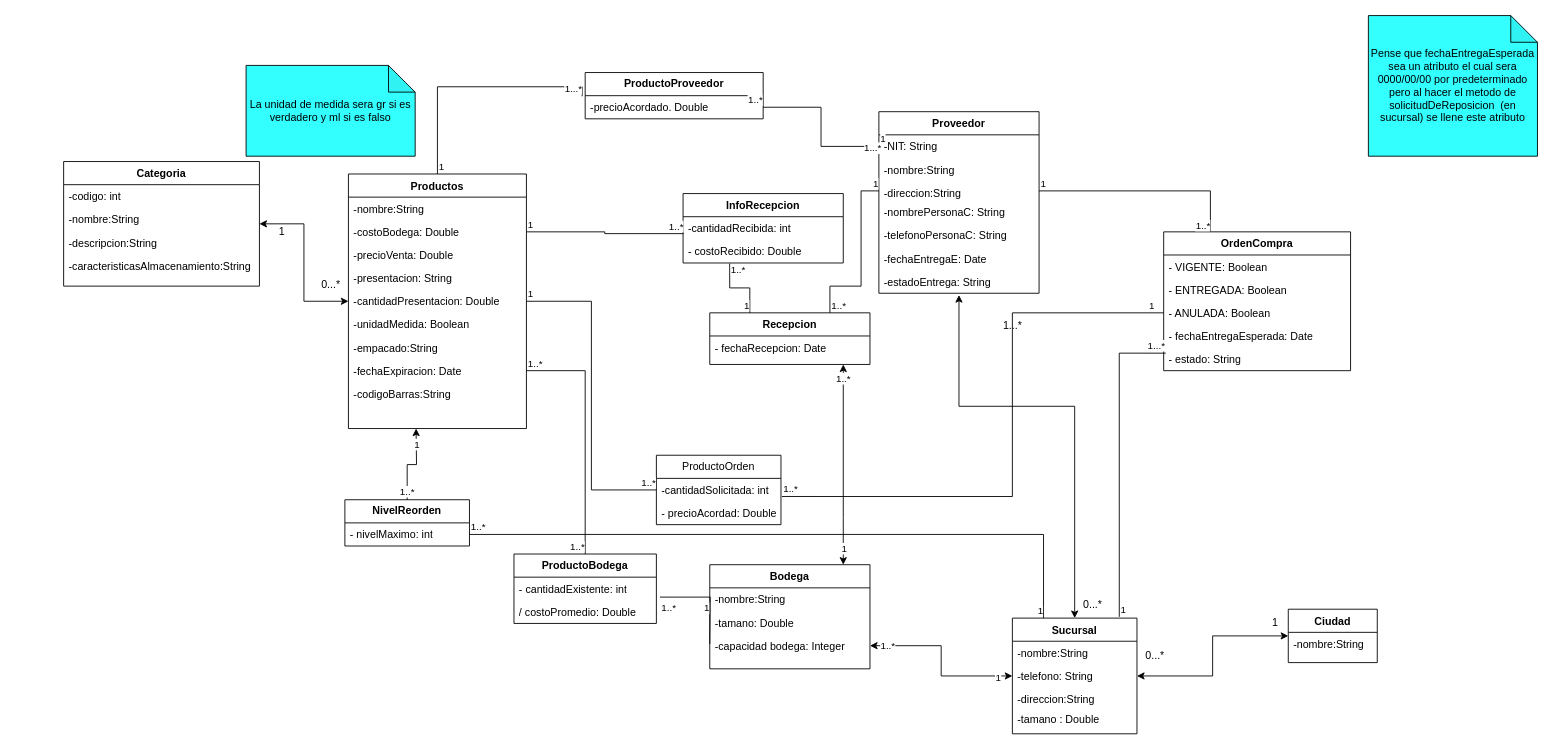
The draw.io diagram docs/Proyecto modelo UML.drawio in MxrixLu/G06_Proyecto_1_SISTRANS, before the edit. Source tidied: cells renumbered, new cells numbered last; positions are measured from the earlier drawing's top-left corner, leaving out a move shared by most shapes. Both pictures are drawn from the tidied source at 89%, with x=0, y=0 at pixel (63, 15).
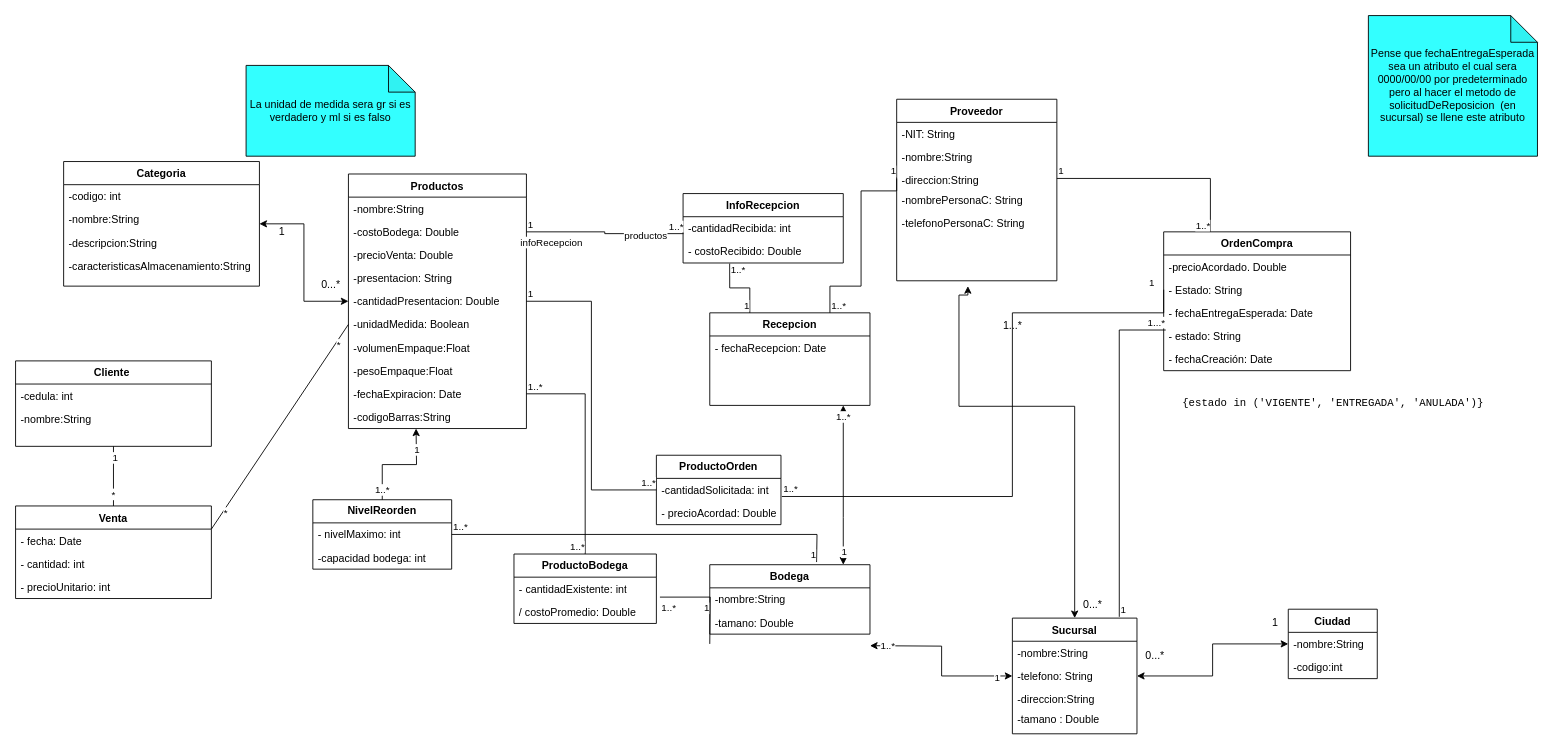
After the change.

Unchanged cells that the change refers to:
```xml
<mxCell id="2" value="Productos" style="swimlane;fontStyle=1;align=center;verticalAlign=top;horizontal=1;startSize=26;rounded=0;shadow=0;strokeWidth=1;fontColor=#000000;" parent="1" vertex="1">
  <mxGeometry x="320" y="178" width="200" height="286" as="geometry" />
</mxCell>
<mxCell id="8" value="-unidadMedida: Boolean" style="text;align=left;verticalAlign=top;spacingLeft=4;spacingRight=4;overflow=hidden;points=[[0,0.5],[1,0.5]];portConstraint=eastwest;rounded=0;shadow=0;html=0;fontColor=#000000;" parent="2" vertex="1">
  <mxGeometry y="156" width="200" height="26" as="geometry" />
</mxCell>
<mxCell id="20" value="Sucursal" style="swimlane;fontStyle=1;align=center;verticalAlign=top;horizontal=1;startSize=26;rounded=0;shadow=0;strokeWidth=1;fontColor=#000000;" parent="1" vertex="1">
  <mxGeometry x="1066" y="677" width="140" height="130" as="geometry" />
</mxCell>
<mxCell id="38" value="-NIT: String" style="text;align=left;verticalAlign=top;spacingLeft=4;spacingRight=4;overflow=hidden;points=[[0,0.5],[1,0.5]];portConstraint=eastwest;rounded=0;shadow=0;html=0;fontColor=#000000;" parent="37" vertex="1">
  <mxGeometry y="26" width="180" height="26" as="geometry" />
</mxCell>
<mxCell id="85" value="-cantidadSolicitada: int" style="text;strokeColor=none;fillColor=none;align=left;verticalAlign=top;spacingLeft=4;spacingRight=4;overflow=hidden;points=[[0,0.5],[1,0.5]];portConstraint=eastwest;whiteSpace=wrap;html=1;fontColor=#000000;" parent="84" vertex="1">
  <mxGeometry y="26" width="140" height="26" as="geometry" />
</mxCell>
<mxCell id="102" style="endArrow=none;html=1;edgeStyle=orthogonalEdgeStyle;rounded=0;exitX=1;exitY=0.5;exitDx=0;exitDy=0;entryX=0.003;entryY=0.731;entryDx=0;entryDy=0;entryPerimeter=0;fontColor=#000000;" parent="1" edge="1" source="4" target="94">
  <mxGeometry relative="1" as="geometry" />
</mxCell>
```

The edit, as a diff of the source:
```diff
@@
-    <mxCell id="9" value="-empacado:String" style="text;align=left;verticalAlign=top;spacingLeft=4;spacingRight=4;overflow=hidden;rounded=0;shadow=0;html=0;fontColor=#000000;" parent="2" vertex="1">
+    <mxCell id="9" value="-volumenEmpaque:Float&#10;" style="text;align=left;verticalAlign=top;spacingLeft=4;spacingRight=4;overflow=hidden;rounded=0;shadow=0;html=0;fontColor=#000000;" parent="2" vertex="1">
       <mxGeometry y="182" width="200" height="26" as="geometry" />
     </mxCell>
+    <mxCell id="114" value="-pesoEmpaque:Float&#10;" style="text;align=left;verticalAlign=top;spacingLeft=4;spacingRight=4;overflow=hidden;rounded=0;shadow=0;html=0;fontColor=#000000;" parent="2" vertex="1">
+      <mxGeometry y="208" width="200" height="26" as="geometry" />
+    </mxCell>
     <mxCell id="10" value="-fechaExpiracion: Date" style="text;align=left;verticalAlign=top;spacingLeft=4;spacingRight=4;overflow=hidden;points=[[0,0.5],[1,0.5]];portConstraint=eastwest;rounded=0;shadow=0;html=0;fontColor=#000000;" parent="2" vertex="1">
-      <mxGeometry y="208" width="200" height="26" as="geometry" />
+      <mxGeometry y="234" width="200" height="26" as="geometry" />
     </mxCell>
     <mxCell id="11" value="-codigoBarras:String" style="text;align=left;verticalAlign=top;spacingLeft=4;spacingRight=4;overflow=hidden;rounded=0;shadow=0;html=0;fontColor=#000000;" parent="2" vertex="1">
-      <mxGeometry y="234" width="200" height="26" as="geometry" />
+      <mxGeometry y="260" width="200" height="26" as="geometry" />
     </mxCell>
@@
     <mxCell id="25" value="Ciudad" style="swimlane;fontStyle=1;align=center;verticalAlign=top;horizontal=1;startSize=26;rounded=0;shadow=0;strokeWidth=1;fontColor=#000000;" parent="1" vertex="1">
-      <mxGeometry x="1376" y="667" width="100" height="60" as="geometry" />
+      <mxGeometry x="1376" y="667" width="100" height="78" as="geometry" />
     </mxCell>
@@
+    <mxCell id="115" value="-codigo:int&#10;&#10;" style="text;align=left;verticalAlign=top;spacingLeft=4;spacingRight=4;overflow=hidden;fontColor=#000000;" parent="25" vertex="1">
+      <mxGeometry y="52" width="100" height="26" as="geometry" />
+    </mxCell>
@@
     <mxCell id="30" value="Bodega" style="swimlane;fontStyle=1;align=center;verticalAlign=top;horizontal=1;startSize=26;rounded=0;shadow=0;strokeWidth=1;fontColor=#000000;" parent="1" vertex="1">
-      <mxGeometry x="726" y="617" width="180" height="117" as="geometry" />
+      <mxGeometry x="726" y="617" width="180" height="78" as="geometry" />
     </mxCell>
@@
-    <mxCell id="33" value="-capacidad bodega: Integer" style="text;align=left;verticalAlign=top;spacingLeft=4;spacingRight=4;overflow=hidden;points=[[0,0.5],[1,0.5]];portConstraint=eastwest;rounded=0;shadow=0;html=0;fontColor=#000000;" parent="30" vertex="1">
-      <mxGeometry y="78" width="180" height="26" as="geometry" />
-    </mxCell>
-    <mxCell id="34" style="endArrow=classic;startArrow=classic;html=1;rounded=0;edgeStyle=orthogonalEdgeStyle;exitX=1;exitY=0.5;exitDx=0;exitDy=0;fontColor=#000000;" parent="1" edge="1" source="33" target="20">
-      <mxGeometry relative="1" as="geometry" />
+    <mxCell id="34" style="endArrow=classic;startArrow=classic;html=1;rounded=0;edgeStyle=orthogonalEdgeStyle;exitX=1;exitY=0.5;exitDx=0;exitDy=0;fontColor=#000000;" parent="1" edge="1" target="20">
+      <mxGeometry relative="1" as="geometry">
+        <mxPoint x="906" y="708" as="sourcePoint" />
+      </mxGeometry>
     </mxCell>
@@
     <mxCell id="37" value="Proveedor" style="swimlane;fontStyle=1;align=center;verticalAlign=top;horizontal=1;startSize=26;rounded=0;shadow=0;strokeWidth=1;fontColor=#000000;" parent="1" vertex="1">
-      <mxGeometry x="916" y="108" width="180" height="204" as="geometry" />
+      <mxGeometry x="936" y="94" width="180" height="204" as="geometry" />
     </mxCell>
@@
-    <mxCell id="43" value="-fechaEntregaE: Date" style="text;align=left;verticalAlign=top;spacingLeft=4;spacingRight=4;overflow=hidden;rounded=0;shadow=0;html=0;fontColor=#000000;" parent="37" vertex="1">
-      <mxGeometry y="152" width="180" height="26" as="geometry" />
-    </mxCell>
-    <mxCell id="44" value="-estadoEntrega: String" style="text;align=left;verticalAlign=top;spacingLeft=4;spacingRight=4;overflow=hidden;points=[[0,0.5],[1,0.5]];portConstraint=eastwest;rounded=0;shadow=0;html=0;fontColor=#000000;" parent="37" vertex="1">
-      <mxGeometry y="178" width="180" height="26" as="geometry" />
-    </mxCell>
-    <mxCell id="45" style="endArrow=classic;startArrow=classic;html=1;rounded=0;edgeStyle=orthogonalEdgeStyle;entryX=0.5;entryY=1.077;entryDx=0;entryDy=0;entryPerimeter=0;fontColor=#000000;" parent="1" edge="1" source="20" target="44">
+    <mxCell id="45" style="endArrow=classic;startArrow=classic;html=1;rounded=0;edgeStyle=orthogonalEdgeStyle;fontColor=#000000;" parent="1" edge="1" source="20">
       <mxGeometry relative="1" as="geometry">
+        <mxPoint x="1016" y="304" as="targetPoint" />
         <Array as="points">
           <mxPoint x="1136" y="439" />
           <mxPoint x="1006" y="439" />
           <mxPoint x="1006" y="314" />
         </Array>
       </mxGeometry>
     </mxCell>
@@
     <mxCell id="49" value="Recepcion" style="swimlane;fontStyle=1;align=center;verticalAlign=top;horizontal=1;startSize=26;rounded=0;shadow=0;strokeWidth=1;fontColor=#000000;" parent="1" vertex="1">
-      <mxGeometry x="726" y="334" width="180" height="58" as="geometry" />
+      <mxGeometry x="726" y="334" width="180" height="104" as="geometry" />
     </mxCell>
@@
-    <mxCell id="63" value="&lt;font&gt;&lt;b&gt;ProductoProveedor&lt;/b&gt;&lt;/font&gt;" style="swimlane;fontStyle=0;horizontal=1;startSize=26;fillColor=none;whiteSpace=wrap;html=1;fontColor=#000000;" parent="1" vertex="1">
-      <mxGeometry x="586" y="64" width="200" height="52" as="geometry" />
-    </mxCell>
+    <mxCell id="72" value="&lt;b&gt;OrdenCompra&lt;/b&gt;" style="swimlane;fontStyle=0;horizontal=1;startSize=26;fillColor=none;whiteSpace=wrap;html=1;fontColor=#000000;" parent="1" vertex="1">
+      <mxGeometry x="1236" y="243" width="210" height="156" as="geometry" />
+    </mxCell>
-    <mxCell id="64" value="-precioAcordado. Double" style="text;strokeColor=none;fillColor=none;align=left;verticalAlign=top;spacingLeft=4;spacingRight=4;overflow=hidden;points=[[0,0.5],[1,0.5]];portConstraint=eastwest;whiteSpace=wrap;html=1;fontColor=#000000;" parent="63" vertex="1">
-      <mxGeometry y="26" width="200" height="26" as="geometry" />
+    <mxCell id="64" value="-precioAcordado. Double" style="text;strokeColor=none;fillColor=none;align=left;verticalAlign=top;spacingLeft=4;spacingRight=4;overflow=hidden;points=[[0,0.5],[1,0.5]];portConstraint=eastwest;whiteSpace=wrap;html=1;fontColor=#000000;" parent="72" vertex="1">
+      <mxGeometry y="26" width="210" height="26" as="geometry" />
     </mxCell>
-    <mxCell id="65" style="endArrow=none;html=1;edgeStyle=orthogonalEdgeStyle;rounded=0;exitX=0.5;exitY=0;exitDx=0;exitDy=0;entryX=-0.017;entryY=0.026;entryDx=0;entryDy=0;entryPerimeter=0;fontColor=#000000;" parent="1" edge="1" source="2" target="64">
-      <mxGeometry relative="1" as="geometry" />
-    </mxCell>
-    <mxCell id="66" value="1" style="edgeLabel;html=1;align=left;verticalAlign=bottom;fontColor=#000000;" parent="65" vertex="1">
-      <mxGeometry x="-1" relative="1" as="geometry" />
-    </mxCell>
-    <mxCell id="67" value="1...*" style="edgeLabel;html=1;align=right;verticalAlign=bottom;fontColor=#000000;" parent="65" vertex="1">
-      <mxGeometry x="1" relative="1" as="geometry" />
-    </mxCell>
-    <mxCell id="68" style="endArrow=none;html=1;edgeStyle=orthogonalEdgeStyle;rounded=0;exitX=0;exitY=0.5;exitDx=0;exitDy=0;entryX=1;entryY=0.5;entryDx=0;entryDy=0;fontColor=#000000;" parent="1" edge="1" source="38" target="64">
-      <mxGeometry relative="1" as="geometry" />
-    </mxCell>
-    <mxCell id="69" value="1" style="edgeLabel;html=1;align=left;verticalAlign=bottom;fontColor=#000000;" parent="68" vertex="1">
-      <mxGeometry x="-1" relative="1" as="geometry" />
-    </mxCell>
-    <mxCell id="70" value="1..*" style="edgeLabel;html=1;align=right;verticalAlign=bottom;fontColor=#000000;" parent="68" vertex="1">
-      <mxGeometry x="1" relative="1" as="geometry" />
-    </mxCell>
-    <mxCell id="71" value="1...*" style="edgeLabel;html=1;align=center;verticalAlign=middle;fontColor=#000000;" parent="68" vertex="1">
-      <mxGeometry x="-0.91" y="1" relative="1" as="geometry" />
-    </mxCell>
-    <mxCell id="72" value="&lt;b&gt;OrdenCompra&lt;/b&gt;" style="swimlane;fontStyle=0;horizontal=1;startSize=26;fillColor=none;whiteSpace=wrap;html=1;fontColor=#000000;" parent="1" vertex="1">
-      <mxGeometry x="1236" y="243" width="210" height="156" as="geometry" />
-    </mxCell>
-    <mxCell id="73" value="- VIGENTE: Boolean" style="text;strokeColor=none;fillColor=none;align=left;verticalAlign=top;spacingLeft=4;spacingRight=4;overflow=hidden;whiteSpace=wrap;html=1;fontColor=#000000;" parent="72" vertex="1">
-      <mxGeometry y="26" width="210" height="26" as="geometry" />
-    </mxCell>
-    <mxCell id="74" value="- ENTREGADA: Boolean" style="text;strokeColor=none;fillColor=none;align=left;verticalAlign=top;spacingLeft=4;spacingRight=4;overflow=hidden;whiteSpace=wrap;html=1;fontColor=#000000;" parent="72" vertex="1">
+    <mxCell id="74" value="- Estado: String" style="text;strokeColor=none;fillColor=none;align=left;verticalAlign=top;spacingLeft=4;spacingRight=4;overflow=hidden;whiteSpace=wrap;html=1;fontColor=#000000;" parent="72" vertex="1">
       <mxGeometry y="52" width="210" height="26" as="geometry" />
     </mxCell>
-    <mxCell id="75" value="- ANULADA: Boolean" style="text;strokeColor=none;fillColor=none;align=left;verticalAlign=top;spacingLeft=4;spacingRight=4;overflow=hidden;points=[[0,0.5],[1,0.5]];portConstraint=eastwest;whiteSpace=wrap;html=1;fontColor=#000000;" parent="72" vertex="1">
-      <mxGeometry y="78" width="210" height="26" as="geometry" />
-    </mxCell>
     <mxCell id="76" value="- fechaEntregaEsperada: Date" style="text;strokeColor=none;fillColor=none;align=left;verticalAlign=top;spacingLeft=4;spacingRight=4;overflow=hidden;whiteSpace=wrap;html=1;fontColor=#000000;" parent="72" vertex="1">
-      <mxGeometry y="104" width="210" height="26" as="geometry" />
+      <mxGeometry y="78" width="210" height="26" as="geometry" />
     </mxCell>
     <mxCell id="77" value="- estado: String" style="text;strokeColor=none;fillColor=none;align=left;verticalAlign=top;spacingLeft=4;spacingRight=4;overflow=hidden;points=[[0,0.5],[1,0.5]];portConstraint=eastwest;whiteSpace=wrap;html=1;fontColor=#000000;" parent="72" vertex="1">
-      <mxGeometry y="130" width="210" height="26" as="geometry" />
+      <mxGeometry y="104" width="210" height="26" as="geometry" />
     </mxCell>
+    <mxCell id="116" value="- fechaCreación: Date" style="text;strokeColor=none;fillColor=none;align=left;verticalAlign=top;spacingLeft=4;spacingRight=4;overflow=hidden;whiteSpace=wrap;html=1;fontColor=#000000;" parent="72" vertex="1">
+      <mxGeometry y="130" width="210" height="26" as="geometry" />
+    </mxCell>
@@
-    <mxCell id="84" value="&lt;font&gt;ProductoOrden&lt;/font&gt;" style="swimlane;fontStyle=0;horizontal=1;startSize=26;fillColor=none;whiteSpace=wrap;html=1;fontColor=#000000;" parent="1" vertex="1">
+    <mxCell id="84" value="&lt;font&gt;&lt;b&gt;ProductoOrden&lt;/b&gt;&lt;/font&gt;" style="swimlane;fontStyle=0;horizontal=1;startSize=26;fillColor=none;whiteSpace=wrap;html=1;fontColor=#000000;" parent="1" vertex="1">
       <mxGeometry x="666" y="494" width="140" height="78" as="geometry" />
     </mxCell>
@@
-    <mxCell id="87" style="endArrow=none;html=1;edgeStyle=orthogonalEdgeStyle;rounded=0;exitX=1.007;exitY=0.783;exitDx=0;exitDy=0;exitPerimeter=0;entryX=0;entryY=0.5;entryDx=0;entryDy=0;fontColor=#000000;" parent="1" edge="1" source="85" target="75">
+    <mxCell id="87" style="endArrow=none;html=1;edgeStyle=orthogonalEdgeStyle;rounded=0;exitX=1.007;exitY=0.783;exitDx=0;exitDy=0;exitPerimeter=0;entryX=0;entryY=0.5;entryDx=0;entryDy=0;fontColor=#000000;" parent="1" edge="1" source="85">
       <mxGeometry relative="1" as="geometry">
+        <mxPoint x="1236" y="308" as="targetPoint" />
         <Array as="points">
           <mxPoint x="1066" y="540" />
           <mxPoint x="1066" y="334" />
         </Array>
       </mxGeometry>
     </mxCell>
@@
+    <mxCell id="117" value="infoRecepcion" style="edgeLabel;html=1;align=center;verticalAlign=middle;" parent="102" vertex="1">
+      <mxGeometry x="-0.81" y="1" relative="1" as="geometry">
+        <mxPoint x="10" y="12" as="offset" />
+      </mxGeometry>
+    </mxCell>
+    <mxCell id="118" value="productos" style="edgeLabel;html=1;align=center;verticalAlign=middle;" parent="102" vertex="1">
+      <mxGeometry x="0.52" y="-1" relative="1" as="geometry" />
+    </mxCell>
     <mxCell id="105" value="&lt;font&gt;&lt;b&gt;NivelReorden&lt;/b&gt;&lt;/font&gt;" style="swimlane;fontStyle=0;horizontal=1;startSize=26;fillColor=none;whiteSpace=wrap;html=1;fontColor=#000000;" parent="1" vertex="1">
-      <mxGeometry x="316" y="544" width="140" height="52" as="geometry" />
+      <mxGeometry x="280" y="544" width="156" height="78" as="geometry" />
     </mxCell>
     <mxCell id="106" value="- nivelMaximo: int" style="text;strokeColor=none;fillColor=none;align=left;verticalAlign=top;spacingLeft=4;spacingRight=4;overflow=hidden;points=[[0,0.5],[1,0.5]];portConstraint=eastwest;whiteSpace=wrap;html=1;fontColor=#000000;" parent="105" vertex="1">
-      <mxGeometry y="26" width="140" height="26" as="geometry" />
+      <mxGeometry y="26" width="156" height="26" as="geometry" />
     </mxCell>
+    <mxCell id="119" value="-capacidad bodega: int" style="text;align=left;verticalAlign=top;spacingLeft=4;spacingRight=4;overflow=hidden;rounded=0;shadow=0;html=0;fontColor=#000000;" parent="105" vertex="1">
+      <mxGeometry y="52" width="156" height="26" as="geometry" />
+    </mxCell>
@@
-    <mxCell id="110" style="endArrow=none;html=1;edgeStyle=orthogonalEdgeStyle;rounded=0;exitX=1;exitY=0.5;exitDx=0;exitDy=0;entryX=0.25;entryY=0;entryDx=0;entryDy=0;fontColor=#000000;" parent="1" edge="1" source="106" target="20">
-      <mxGeometry relative="1" as="geometry" />
+    <mxCell id="110" style="endArrow=none;html=1;edgeStyle=orthogonalEdgeStyle;rounded=0;exitX=1;exitY=0.5;exitDx=0;exitDy=0;fontColor=#000000;" parent="1" edge="1" source="106">
+      <mxGeometry relative="1" as="geometry">
+        <mxPoint x="846" y="614" as="targetPoint" />
+      </mxGeometry>
     </mxCell>
@@
+    <mxCell id="120" value="&lt;pre class=&quot;!overflow-visible&quot;&gt;&lt;div class=&quot;dark bg-gray-950 contain-inline-size rounded-md border-[0.5px] border-token-border-medium relative&quot;&gt;&lt;div dir=&quot;ltr&quot; class=&quot;overflow-y-auto p-4&quot;&gt;&lt;code class=&quot;!whitespace-pre hljs language-plaintext&quot;&gt;{estado in ('VIGENTE', 'ENTREGADA', 'ANULADA')}&lt;br/&gt;&lt;/code&gt;&lt;/div&gt;&lt;/div&gt;&lt;/pre&gt;" style="text;html=1;align=center;verticalAlign=middle;strokeColor=none;fillColor=none;" parent="1" vertex="1">
+      <mxGeometry x="1261" y="411" width="330" height="50" as="geometry" />
+    </mxCell>
+    <mxCell id="121" value="Cliente " style="swimlane;fontStyle=1;align=center;verticalAlign=top;horizontal=1;startSize=26;rounded=0;shadow=0;strokeWidth=1;fontColor=#000000;" parent="1" vertex="1">
+      <mxGeometry x="-54" y="388" width="220" height="96" as="geometry" />
+    </mxCell>
+    <mxCell id="122" value="-cedula: int" style="text;align=left;verticalAlign=top;spacingLeft=4;spacingRight=4;overflow=hidden;rounded=0;shadow=0;html=0;fontColor=#000000;" parent="121" vertex="1">
+      <mxGeometry y="26" width="220" height="26" as="geometry" />
+    </mxCell>
+    <mxCell id="123" value="-nombre:String" style="text;align=left;verticalAlign=top;spacingLeft=4;spacingRight=4;overflow=hidden;fontColor=#000000;" parent="121" vertex="1">
+      <mxGeometry y="52" width="220" height="26" as="geometry" />
+    </mxCell>
+    <mxCell id="124" value="Venta" style="swimlane;fontStyle=1;align=center;verticalAlign=top;horizontal=1;startSize=26;rounded=0;shadow=0;strokeWidth=1;fontColor=#000000;" parent="1" vertex="1">
+      <mxGeometry x="-54" y="551" width="220" height="104" as="geometry" />
+    </mxCell>
+    <mxCell id="125" value="- fecha: Date&#10;" style="text;align=left;verticalAlign=top;spacingLeft=4;spacingRight=4;overflow=hidden;rounded=0;shadow=0;html=0;fontColor=#000000;" parent="124" vertex="1">
+      <mxGeometry y="26" width="220" height="26" as="geometry" />
+    </mxCell>
+    <mxCell id="126" value="- cantidad: int&#10;" style="text;align=left;verticalAlign=top;spacingLeft=4;spacingRight=4;overflow=hidden;rounded=0;shadow=0;html=0;fontColor=#000000;" parent="124" vertex="1">
+      <mxGeometry y="52" width="220" height="26" as="geometry" />
+    </mxCell>
+    <mxCell id="127" value="- precioUnitario: int&#10;" style="text;align=left;verticalAlign=top;spacingLeft=4;spacingRight=4;overflow=hidden;rounded=0;shadow=0;html=0;fontColor=#000000;" parent="124" vertex="1">
+      <mxGeometry y="78" width="220" height="26" as="geometry" />
+    </mxCell>
+    <mxCell id="128" style="endArrow=none;html=1;rounded=0;exitX=0.5;exitY=0;exitDx=0;exitDy=0;entryX=0.5;entryY=1;entryDx=0;entryDy=0;" parent="1" edge="1" source="124" target="121">
+      <mxGeometry relative="1" as="geometry" />
+    </mxCell>
+    <mxCell id="129" value="1" style="edgeLabel;html=1;align=center;verticalAlign=middle;" parent="128" vertex="1">
+      <mxGeometry x="0.65" y="-1" relative="1" as="geometry" />
+    </mxCell>
+    <mxCell id="130" value="*" style="edgeLabel;html=1;align=center;verticalAlign=middle;" parent="128" vertex="1">
+      <mxGeometry x="-0.57" y="1" relative="1" as="geometry" />
+    </mxCell>
+    <mxCell id="131" style="endArrow=none;html=1;rounded=0;exitX=1;exitY=0.25;exitDx=0;exitDy=0;entryX=0;entryY=0.5;entryDx=0;entryDy=0;" parent="1" edge="1" source="124" target="8">
+      <mxGeometry relative="1" as="geometry" />
+    </mxCell>
+    <mxCell id="132" value="*" style="edgeLabel;html=1;align=center;verticalAlign=middle;" parent="131" vertex="1">
+      <mxGeometry x="-0.83" y="-3" relative="1" as="geometry" />
+    </mxCell>
+    <mxCell id="133" value="*" style="edgeLabel;html=1;align=center;verticalAlign=middle;" parent="131" vertex="1">
+      <mxGeometry x="0.82" y="-3" relative="1" as="geometry" />
+    </mxCell>
```
